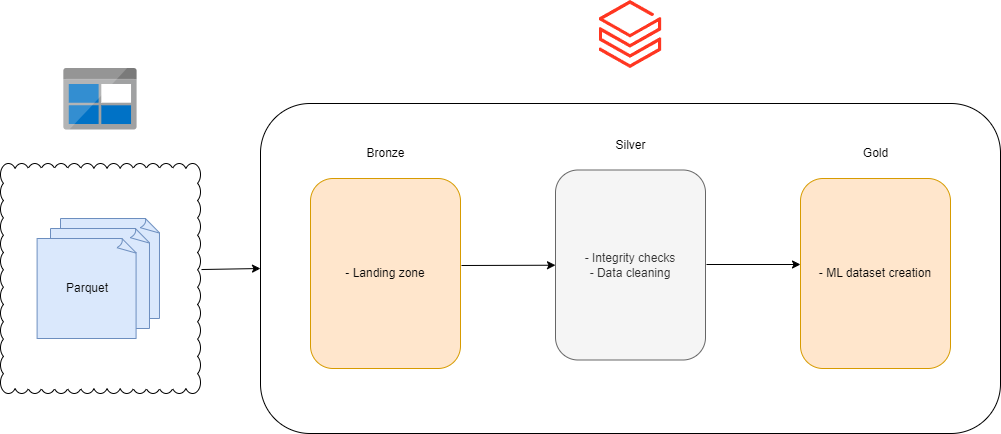
Above: diagram/data_lakehouse.drawio.png in lui91/data-lakehouse (draw.io), before the change. Source tidied: cells renumbered, new cells last; positions are measured from the earlier drawing's top-left corner, leaving out a move shared by most shapes. The source it was exported from:
```xml
<mxGraphModel background="#000000">
  <root>
    <mxCell id="0" />
    <mxCell id="1" parent="0" />
    <mxCell id="2" style="whiteSpace=wrap;html=1;shape=mxgraph.basic.cloud_rect;" parent="1" vertex="1">
      <mxGeometry y="163" width="200" height="230" as="geometry" />
    </mxCell>
    <mxCell id="3" value="Parquet" style="whiteSpace=wrap;html=1;shape=mxgraph.basic.document;fillColor=#dae8fc;strokeColor=#6c8ebf;fontColor=#080808;" parent="1" vertex="1">
      <mxGeometry x="60" y="218" width="100" height="100" as="geometry" />
    </mxCell>
    <mxCell id="4" style="image;html=1;align=center;fontSize=12;image=img/lib/azure2/analytics/Azure_Databricks.svg;" parent="1" vertex="1">
      <mxGeometry x="598.6" width="62.8" height="68" as="geometry" />
    </mxCell>
    <mxCell id="5" value="Blob storage" style="image;sketch=0;html=1;align=center;fontSize=12;image=img/lib/mscae/BlobBlock.svg;labelBackgroundColor=none;fontColor=#FFFFFF;" parent="1" vertex="1">
      <mxGeometry x="63.4" y="68" width="73.2" height="61.5" as="geometry" />
    </mxCell>
    <mxCell id="6" value="Parquet" style="whiteSpace=wrap;html=1;shape=mxgraph.basic.document;fillColor=#dae8fc;strokeColor=#6c8ebf;fontColor=#080808;" parent="1" vertex="1">
      <mxGeometry x="50" y="228" width="100" height="100" as="geometry" />
    </mxCell>
    <mxCell id="7" value="Parquet" style="whiteSpace=wrap;html=1;shape=mxgraph.basic.document;fillColor=#dae8fc;strokeColor=#6c8ebf;fontColor=#080808;" parent="1" vertex="1">
      <mxGeometry x="36.6" y="238" width="100" height="100" as="geometry" />
    </mxCell>
    <mxCell id="8" style="rounded=1;whiteSpace=wrap;html=1;" parent="1" vertex="1">
      <mxGeometry x="260" y="103" width="740" height="330" as="geometry" />
    </mxCell>
    <mxCell id="9" style="endArrow=classic;html=1;rounded=0;entryX=0;entryY=0.5;entryDx=0;entryDy=0;exitX=1.005;exitY=0.461;exitDx=0;exitDy=0;exitPerimeter=0;" parent="1" edge="1" source="2" target="8">
      <mxGeometry relative="1" as="geometry" />
    </mxCell>
    <mxCell id="10" value="- Landing zone" style="rounded=1;whiteSpace=wrap;html=1;labelBackgroundColor=none;fillColor=#ffe6cc;strokeColor=#d79b00;fontColor=#080808;" parent="1" vertex="1">
      <mxGeometry x="310" y="178" width="150" height="190" as="geometry" />
    </mxCell>
    <mxCell id="11" value="Bronze" style="text;html=1;align=center;verticalAlign=middle;strokeColor=none;fillColor=none;" parent="1" vertex="1">
      <mxGeometry x="355" y="138" width="60" height="30" as="geometry" />
    </mxCell>
    <mxCell id="12" value="- Integrity checks&lt;br&gt;- Data cleaning" style="rounded=1;whiteSpace=wrap;html=1;labelBackgroundColor=none;fillColor=#f5f5f5;strokeColor=#666666;fontColor=#333333;" parent="1" vertex="1">
      <mxGeometry x="555" y="169.5" width="150" height="190" as="geometry" />
    </mxCell>
    <mxCell id="13" value="Silver" style="text;html=1;align=center;verticalAlign=middle;strokeColor=none;fillColor=none;" parent="1" vertex="1">
      <mxGeometry x="605" y="129.5" width="50" height="30" as="geometry" />
    </mxCell>
    <mxCell id="14" value="- ML dataset creation" style="rounded=1;whiteSpace=wrap;html=1;labelBackgroundColor=none;fillColor=#ffe6cc;strokeColor=#d79b00;fontColor=#080808;" parent="1" vertex="1">
      <mxGeometry x="800" y="178" width="150" height="190" as="geometry" />
    </mxCell>
    <mxCell id="15" value="Gold" style="text;html=1;align=center;verticalAlign=middle;strokeColor=none;fillColor=none;" parent="1" vertex="1">
      <mxGeometry x="850" y="138" width="50" height="30" as="geometry" />
    </mxCell>
    <mxCell id="16" style="endArrow=classic;html=1;rounded=0;exitX=1.005;exitY=0.461;exitDx=0;exitDy=0;exitPerimeter=0;" parent="1" edge="1" target="12">
      <mxGeometry relative="1" as="geometry">
        <mxPoint x="461" y="265" as="sourcePoint" />
      </mxGeometry>
    </mxCell>
    <mxCell id="17" style="endArrow=classic;html=1;rounded=0;exitX=1.005;exitY=0.461;exitDx=0;exitDy=0;exitPerimeter=0;" parent="1" edge="1">
      <mxGeometry relative="1" as="geometry">
        <mxPoint x="706" y="264" as="sourcePoint" />
        <mxPoint x="800" y="264" as="targetPoint" />
      </mxGeometry>
    </mxCell>
  </root>
</mxGraphModel>
```
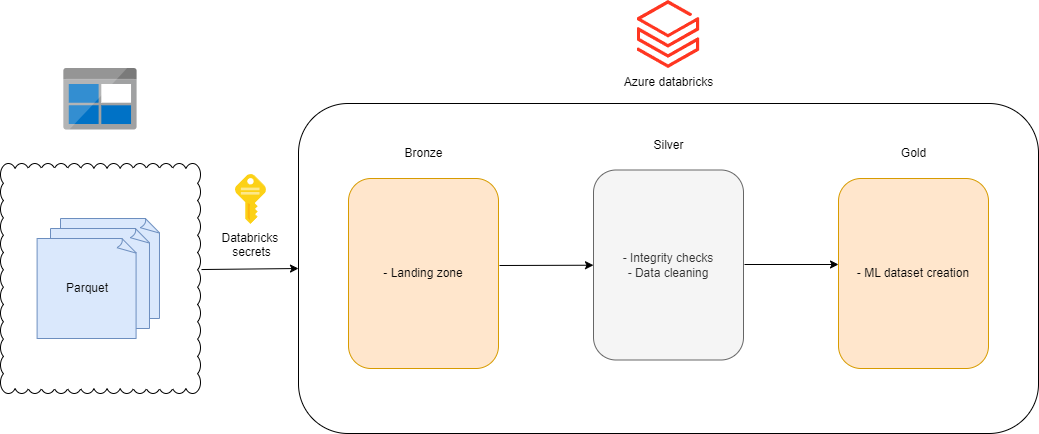
After the commit.

The edit, as a diff of the source:
```diff
@@ -3,22 +3,22 @@
     <mxCell id="0" />
     <mxCell id="1" parent="0" />
     <mxCell id="2" style="whiteSpace=wrap;html=1;shape=mxgraph.basic.cloud_rect;" parent="1" vertex="1">
-      <mxGeometry y="163" width="200" height="230" as="geometry" />
+      <mxGeometry x="-38" y="163" width="200" height="230" as="geometry" />
     </mxCell>
     <mxCell id="3" value="Parquet" style="whiteSpace=wrap;html=1;shape=mxgraph.basic.document;fillColor=#dae8fc;strokeColor=#6c8ebf;fontColor=#080808;" parent="1" vertex="1">
-      <mxGeometry x="60" y="218" width="100" height="100" as="geometry" />
+      <mxGeometry x="22" y="218" width="100" height="100" as="geometry" />
     </mxCell>
-    <mxCell id="4" style="image;html=1;align=center;fontSize=12;image=img/lib/azure2/analytics/Azure_Databricks.svg;" parent="1" vertex="1">
+    <mxCell id="4" value="Azure databricks" style="image;html=1;align=center;fontSize=12;image=img/lib/azure2/analytics/Azure_Databricks.svg;" parent="1" vertex="1">
       <mxGeometry x="598.6" width="62.8" height="68" as="geometry" />
     </mxCell>
     <mxCell id="5" value="Blob storage" style="image;sketch=0;html=1;align=center;fontSize=12;image=img/lib/mscae/BlobBlock.svg;labelBackgroundColor=none;fontColor=#FFFFFF;" parent="1" vertex="1">
-      <mxGeometry x="63.4" y="68" width="73.2" height="61.5" as="geometry" />
+      <mxGeometry x="25.4" y="68" width="73.2" height="61.5" as="geometry" />
     </mxCell>
     <mxCell id="6" value="Parquet" style="whiteSpace=wrap;html=1;shape=mxgraph.basic.document;fillColor=#dae8fc;strokeColor=#6c8ebf;fontColor=#080808;" parent="1" vertex="1">
-      <mxGeometry x="50" y="228" width="100" height="100" as="geometry" />
+      <mxGeometry x="12" y="228" width="100" height="100" as="geometry" />
     </mxCell>
     <mxCell id="7" value="Parquet" style="whiteSpace=wrap;html=1;shape=mxgraph.basic.document;fillColor=#dae8fc;strokeColor=#6c8ebf;fontColor=#080808;" parent="1" vertex="1">
-      <mxGeometry x="36.6" y="238" width="100" height="100" as="geometry" />
+      <mxGeometry x="-1.4" y="238" width="100" height="100" as="geometry" />
     </mxCell>
     <mxCell id="8" style="rounded=1;whiteSpace=wrap;html=1;" parent="1" vertex="1">
       <mxGeometry x="260" y="103" width="740" height="330" as="geometry" />
@@ -55,5 +55,8 @@
         <mxPoint x="800" y="264" as="targetPoint" />
       </mxGeometry>
     </mxCell>
+    <mxCell id="18" value="Databricks&amp;nbsp;&lt;br&gt;secrets" style="image;sketch=0;html=1;align=center;fontSize=12;image=img/lib/mscae/Key.svg;" parent="1" vertex="1">
+      <mxGeometry x="197" y="174" width="31" height="50" as="geometry" />
+    </mxCell>
   </root>
 </mxGraphModel>
```
